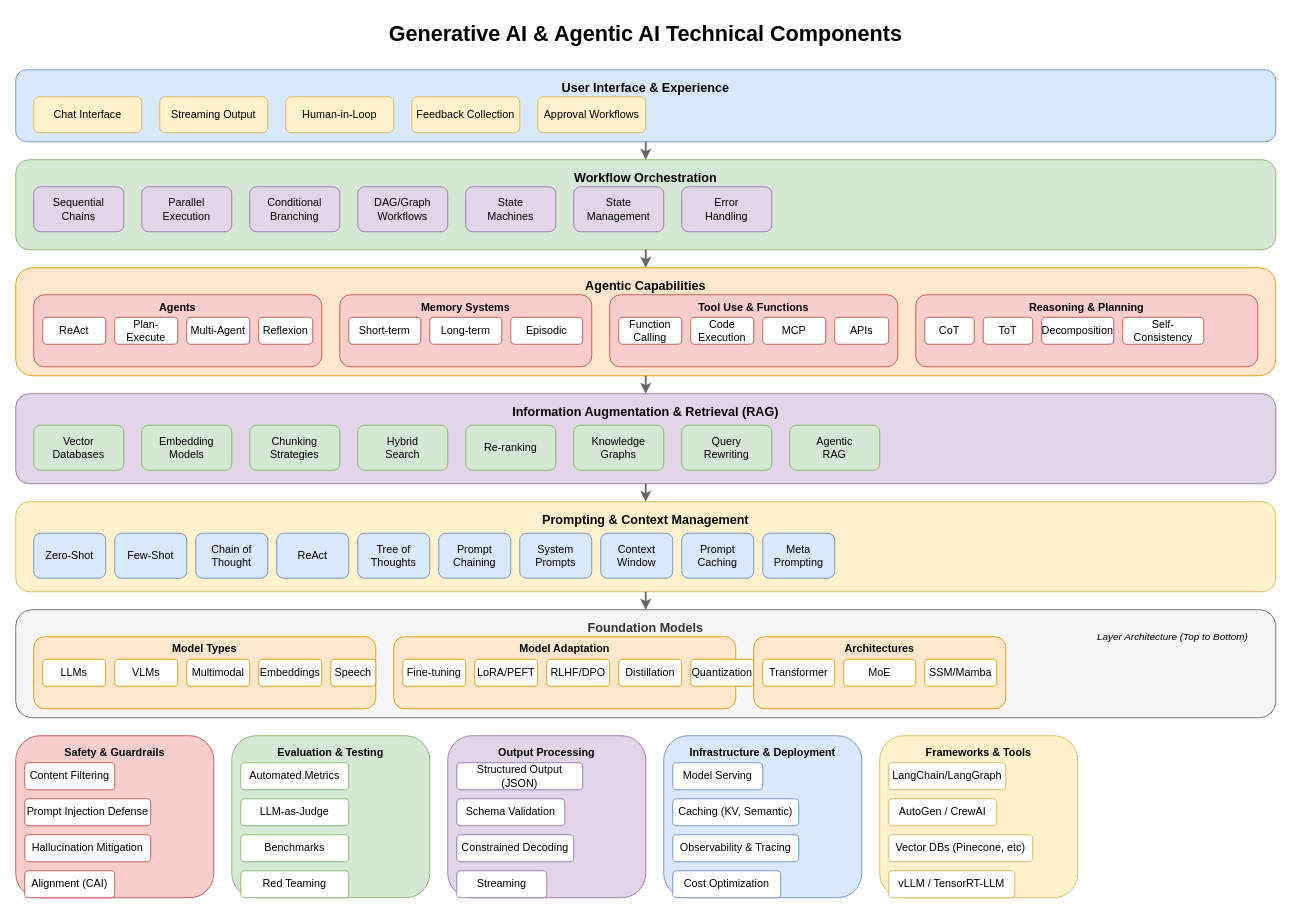
Above: genai-agentic-components.drawio in rennochj/agentic-architecture (draw.io), before the change. Source tidied: cells renumbered, new cells numbered last; positions are measured from the earlier drawing's top-left corner, leaving out a move shared by most shapes. Both pictures are drawn from the tidied source at 90%, with x=0, y=0 at pixel (15, 15).
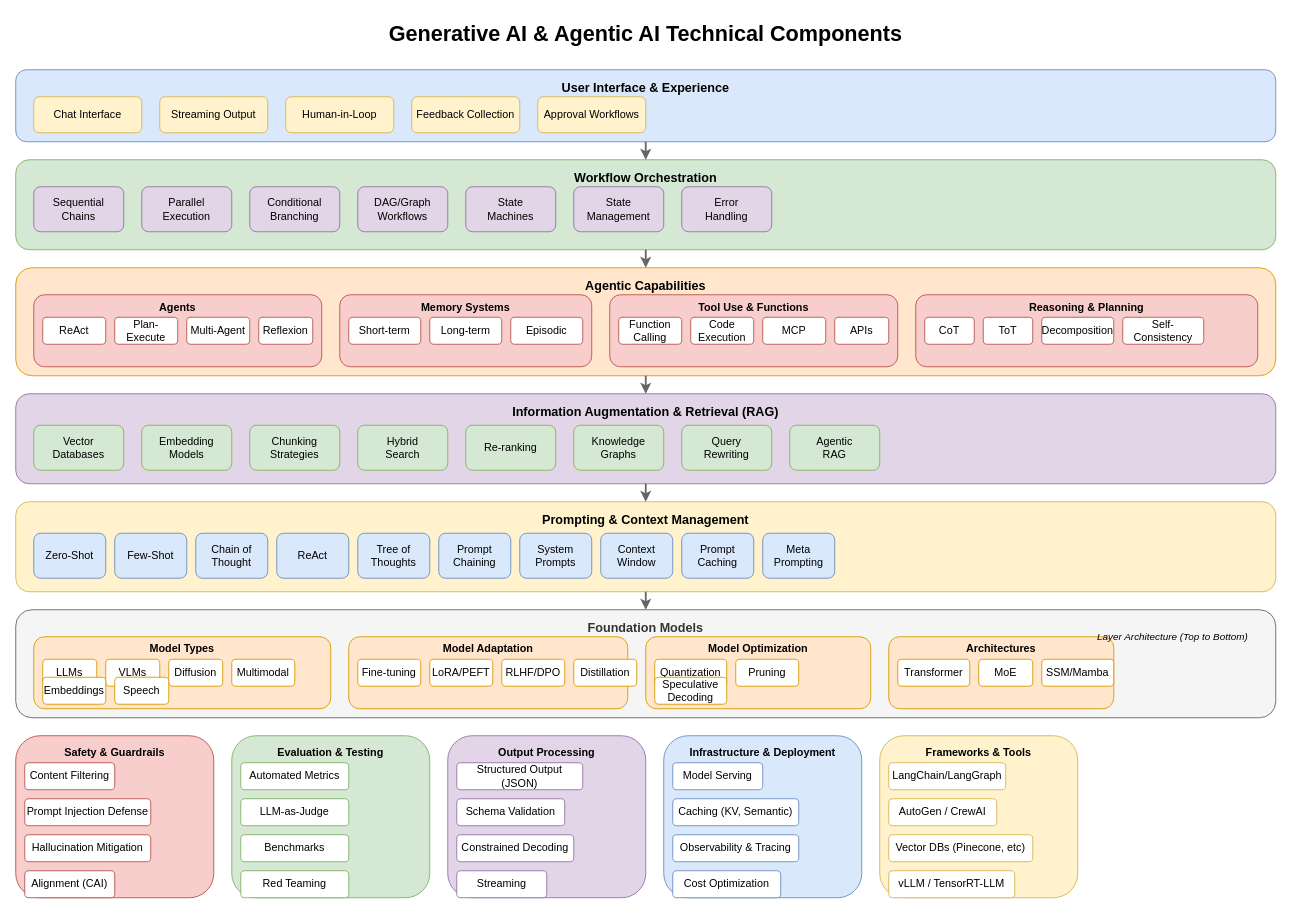
After the change.

Commit message:
Update components diagram to align with v1.1 technical markdown

Change to the diagram source:
```diff
@@
     <mxCell id="58" value="Model Types" style="rounded=1;whiteSpace=wrap;html=1;fillColor=#ffe6cc;strokeColor=#d79b00;fontStyle=1;verticalAlign=top;" parent="1" vertex="1">
-      <mxGeometry x="20" y="690" width="380" height="80" as="geometry" />
+      <mxGeometry x="20" y="690" width="330" height="80" as="geometry" />
     </mxCell>
     <mxCell id="59" value="LLMs" style="rounded=1;whiteSpace=wrap;html=1;fillColor=#ffffff;strokeColor=#d79b00;" parent="1" vertex="1">
-      <mxGeometry x="30" y="715" width="70" height="30" as="geometry" />
+      <mxGeometry x="30" y="715" width="60" height="30" as="geometry" />
     </mxCell>
     <mxCell id="60" value="VLMs" style="rounded=1;whiteSpace=wrap;html=1;fillColor=#ffffff;strokeColor=#d79b00;" parent="1" vertex="1">
-      <mxGeometry x="110" y="715" width="70" height="30" as="geometry" />
+      <mxGeometry x="100" y="715" width="60" height="30" as="geometry" />
     </mxCell>
-    <mxCell id="61" value="Multimodal" style="rounded=1;whiteSpace=wrap;html=1;fillColor=#ffffff;strokeColor=#d79b00;" parent="1" vertex="1">
-      <mxGeometry x="190" y="715" width="70" height="30" as="geometry" />
+    <mxCell id="61" value="Diffusion" style="rounded=1;whiteSpace=wrap;html=1;fillColor=#ffffff;strokeColor=#d79b00;" parent="1" vertex="1">
+      <mxGeometry x="170" y="715" width="60" height="30" as="geometry" />
     </mxCell>
-    <mxCell id="62" value="Embeddings" style="rounded=1;whiteSpace=wrap;html=1;fillColor=#ffffff;strokeColor=#d79b00;" parent="1" vertex="1">
-      <mxGeometry x="270" y="715" width="70" height="30" as="geometry" />
+    <mxCell id="62" value="Multimodal" style="rounded=1;whiteSpace=wrap;html=1;fillColor=#ffffff;strokeColor=#d79b00;" parent="1" vertex="1">
+      <mxGeometry x="240" y="715" width="70" height="30" as="geometry" />
     </mxCell>
-    <mxCell id="63" value="Speech" style="rounded=1;whiteSpace=wrap;html=1;fillColor=#ffffff;strokeColor=#d79b00;" parent="1" vertex="1">
-      <mxGeometry x="350" y="715" width="50" height="30" as="geometry" />
+    <mxCell id="63" value="Embeddings" style="rounded=1;whiteSpace=wrap;html=1;fillColor=#ffffff;strokeColor=#d79b00;" parent="1" vertex="1">
+      <mxGeometry x="30" y="735" width="70" height="30" as="geometry" />
     </mxCell>
+    <mxCell id="105" value="Speech" style="rounded=1;whiteSpace=wrap;html=1;fillColor=#ffffff;strokeColor=#d79b00;" parent="1" vertex="1">
+      <mxGeometry x="110" y="735" width="60" height="30" as="geometry" />
+    </mxCell>
     <mxCell id="64" value="Model Adaptation" style="rounded=1;whiteSpace=wrap;html=1;fillColor=#ffe6cc;strokeColor=#d79b00;fontStyle=1;verticalAlign=top;" parent="1" vertex="1">
-      <mxGeometry x="420" y="690" width="380" height="80" as="geometry" />
+      <mxGeometry x="370" y="690" width="310" height="80" as="geometry" />
     </mxCell>
     <mxCell id="65" value="Fine-tuning" style="rounded=1;whiteSpace=wrap;html=1;fillColor=#ffffff;strokeColor=#d79b00;" parent="1" vertex="1">
-      <mxGeometry x="430" y="715" width="70" height="30" as="geometry" />
+      <mxGeometry x="380" y="715" width="70" height="30" as="geometry" />
     </mxCell>
     <mxCell id="66" value="LoRA/PEFT" style="rounded=1;whiteSpace=wrap;html=1;fillColor=#ffffff;strokeColor=#d79b00;" parent="1" vertex="1">
-      <mxGeometry x="510" y="715" width="70" height="30" as="geometry" />
+      <mxGeometry x="460" y="715" width="70" height="30" as="geometry" />
     </mxCell>
     <mxCell id="67" value="RLHF/DPO" style="rounded=1;whiteSpace=wrap;html=1;fillColor=#ffffff;strokeColor=#d79b00;" parent="1" vertex="1">
-      <mxGeometry x="590" y="715" width="70" height="30" as="geometry" />
+      <mxGeometry x="540" y="715" width="70" height="30" as="geometry" />
     </mxCell>
     <mxCell id="68" value="Distillation" style="rounded=1;whiteSpace=wrap;html=1;fillColor=#ffffff;strokeColor=#d79b00;" parent="1" vertex="1">
-      <mxGeometry x="670" y="715" width="70" height="30" as="geometry" />
+      <mxGeometry x="620" y="715" width="70" height="30" as="geometry" />
     </mxCell>
+    <mxCell id="106" value="Model Optimization" style="rounded=1;whiteSpace=wrap;html=1;fillColor=#ffe6cc;strokeColor=#d79b00;fontStyle=1;verticalAlign=top;" parent="1" vertex="1">
+      <mxGeometry x="700" y="690" width="250" height="80" as="geometry" />
+    </mxCell>
     <mxCell id="69" value="Quantization" style="rounded=1;whiteSpace=wrap;html=1;fillColor=#ffffff;strokeColor=#d79b00;" parent="1" vertex="1">
-      <mxGeometry x="750" y="715" width="70" height="30" as="geometry" />
+      <mxGeometry x="710" y="715" width="80" height="30" as="geometry" />
     </mxCell>
+    <mxCell id="107" value="Pruning" style="rounded=1;whiteSpace=wrap;html=1;fillColor=#ffffff;strokeColor=#d79b00;" parent="1" vertex="1">
+      <mxGeometry x="800" y="715" width="70" height="30" as="geometry" />
+    </mxCell>
+    <mxCell id="108" value="Speculative&#10;Decoding" style="rounded=1;whiteSpace=wrap;html=1;fillColor=#ffffff;strokeColor=#d79b00;" parent="1" vertex="1">
+      <mxGeometry x="710" y="735" width="80" height="30" as="geometry" />
+    </mxCell>
     <mxCell id="70" value="Architectures" style="rounded=1;whiteSpace=wrap;html=1;fillColor=#ffe6cc;strokeColor=#d79b00;fontStyle=1;verticalAlign=top;" parent="1" vertex="1">
-      <mxGeometry x="820" y="690" width="280" height="80" as="geometry" />
+      <mxGeometry x="970" y="690" width="250" height="80" as="geometry" />
     </mxCell>
     <mxCell id="71" value="Transformer" style="rounded=1;whiteSpace=wrap;html=1;fillColor=#ffffff;strokeColor=#d79b00;" parent="1" vertex="1">
-      <mxGeometry x="830" y="715" width="80" height="30" as="geometry" />
+      <mxGeometry x="980" y="715" width="80" height="30" as="geometry" />
     </mxCell>
     <mxCell id="72" value="MoE" style="rounded=1;whiteSpace=wrap;html=1;fillColor=#ffffff;strokeColor=#d79b00;" parent="1" vertex="1">
-      <mxGeometry x="920" y="715" width="80" height="30" as="geometry" />
+      <mxGeometry x="1070" y="715" width="60" height="30" as="geometry" />
     </mxCell>
     <mxCell id="73" value="SSM/Mamba" style="rounded=1;whiteSpace=wrap;html=1;fillColor=#ffffff;strokeColor=#d79b00;" parent="1" vertex="1">
-      <mxGeometry x="1010" y="715" width="80" height="30" as="geometry" />
+      <mxGeometry x="1140" y="715" width="80" height="30" as="geometry" />
     </mxCell>
```
